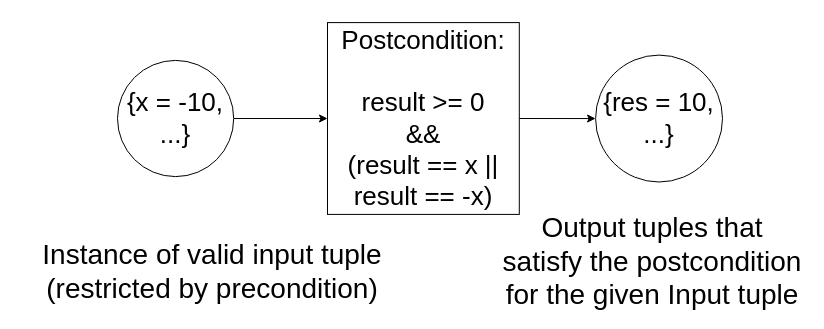
Before: figures/mappings/PostconditionMappingSP.drawio in caiovpsilveira/Postcondition-Completeness, a draw.io diagram. Source tidied: cells renumbered, new cells numbered last; positions are measured from the earlier drawing's top-left corner, leaving out a move shared by most shapes. Both pictures are drawn from the tidied source at 100%, with x=0, y=0 at pixel (17, 22).
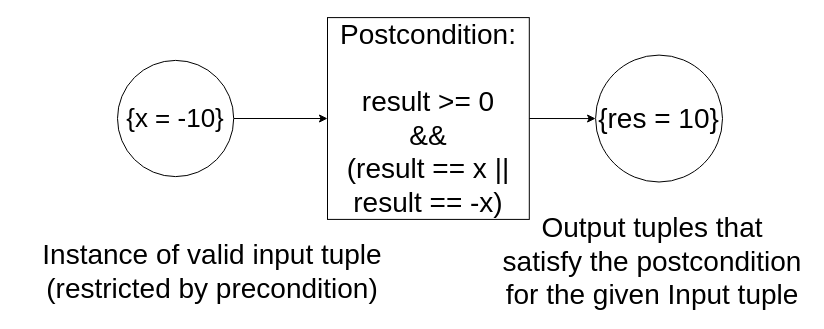
The same diagram, later.

Change to the diagram source:
```diff
@@
 <mxGraphModel>
   <root>
     <mxCell id="0" />
     <mxCell id="1" parent="0" />
-    <mxCell id="2" style="edgeStyle=orthogonalEdgeStyle;rounded=0;jettySize=auto;html=1;exitX=1;exitY=0.5;exitDx=0;exitDy=0;entryX=0;entryY=0.5;entryDx=0;entryDy=0;" parent="1" edge="1" source="3" target="4">
-      <mxGeometry relative="1" as="geometry" />
-    </mxCell>
-    <mxCell id="3" value="&lt;div&gt;&lt;font style=&quot;font-size: 26px;&quot;&gt;{x = -10,&lt;/font&gt;&lt;/div&gt;&lt;div&gt;&lt;font style=&quot;font-size: 26px;&quot;&gt;...}&lt;/font&gt;&lt;/div&gt;" style="ellipse;whiteSpace=wrap;html=1;" parent="1" vertex="1">
-      <mxGeometry x="100" y="37.9" width="116.2" height="116.2" as="geometry" />
-    </mxCell>
+    <mxCell id="9" style="edgeStyle=orthogonalEdgeStyle;rounded=0;jettySize=auto;html=1;exitX=1;exitY=0.5;exitDx=0;exitDy=0;entryX=0;entryY=0.5;entryDx=0;entryDy=0;" parent="1" edge="1" source="10" target="4">
+      <mxGeometry relative="1" as="geometry" />
+    </mxCell>
+    <mxCell id="10" value="&lt;div&gt;&lt;font style=&quot;font-size: 26px;&quot;&gt;{x = -10}&lt;/font&gt;&lt;/div&gt;" style="ellipse;whiteSpace=wrap;html=1;" parent="1" vertex="1">
+      <mxGeometry x="100" y="37.9" width="116.2" height="116.2" as="geometry" />
+    </mxCell>
-    <mxCell id="4" value="&lt;div&gt;&lt;font style=&quot;font-size: 26px;&quot;&gt;Postcondition:&lt;/font&gt;&lt;/div&gt;&lt;div&gt;&lt;font style=&quot;font-size: 26px;&quot;&gt;&lt;br&gt;&lt;/font&gt;&lt;/div&gt;&lt;div&gt;&lt;font style=&quot;font-size: 26px;&quot;&gt;result &amp;gt;= 0&lt;/font&gt;&lt;/div&gt;&lt;div&gt;&lt;font style=&quot;font-size: 26px;&quot;&gt;&amp;amp;&amp;amp;&lt;/font&gt;&lt;/div&gt;&lt;div&gt;&lt;font style=&quot;font-size: 26px;&quot;&gt;(result == x ||&lt;/font&gt;&lt;/div&gt;&lt;div&gt;&lt;font style=&quot;font-size: 26px;&quot;&gt;result == -x)&lt;/font&gt;&lt;/div&gt;" style="whiteSpace=wrap;html=1;" parent="1" vertex="1">
-      <mxGeometry x="310" y="0.1" width="191.8" height="191.8" as="geometry" />
+    <mxCell id="4" value="&lt;div&gt;&lt;font style=&quot;font-size: 28px;&quot;&gt;Postcondition:&lt;/font&gt;&lt;/div&gt;&lt;div&gt;&lt;font style=&quot;font-size: 28px;&quot;&gt;&lt;br&gt;&lt;/font&gt;&lt;/div&gt;&lt;div&gt;&lt;font style=&quot;font-size: 28px;&quot;&gt;result &amp;gt;= 0&lt;/font&gt;&lt;/div&gt;&lt;div&gt;&lt;font style=&quot;font-size: 28px;&quot;&gt;&amp;amp;&amp;amp;&lt;/font&gt;&lt;/div&gt;&lt;div&gt;&lt;font style=&quot;font-size: 28px;&quot;&gt;(result == x ||&lt;/font&gt;&lt;/div&gt;&lt;div&gt;&lt;font style=&quot;font-size: 28px;&quot;&gt;result == -x)&lt;/font&gt;&lt;/div&gt;" style="whiteSpace=wrap;html=1;" parent="1" vertex="1">
+      <mxGeometry x="310" y="-4.9" width="201.8" height="201.8" as="geometry" />
     </mxCell>
     <mxCell id="5" value="&lt;font style=&quot;font-size: 28px;&quot;&gt;Output tuples that satisfy the postcondition for the given Input tuple&lt;/font&gt;" style="text;html=1;whiteSpace=wrap;strokeColor=none;fillColor=none;align=center;verticalAlign=middle;rounded=0;" parent="1" vertex="1">
       <mxGeometry x="480" y="216" width="310" height="45" as="geometry" />
     </mxCell>
     <mxCell id="6" value="&lt;div&gt;&lt;font style=&quot;font-size: 28px;&quot;&gt;Instance of valid input tuple&lt;/font&gt;&lt;/div&gt;&lt;div&gt;&lt;font style=&quot;font-size: 28px;&quot;&gt;(restricted by precondition)&lt;/font&gt;&lt;/div&gt;" style="text;html=1;whiteSpace=wrap;strokeColor=none;fillColor=none;align=center;verticalAlign=middle;rounded=0;" parent="1" vertex="1">
       <mxGeometry y="226" width="390" height="45" as="geometry" />
     </mxCell>
-    <mxCell id="7" value="&lt;div&gt;&lt;font style=&quot;font-size: 26px;&quot;&gt;{res = 10,&lt;/font&gt;&lt;/div&gt;&lt;div&gt;&lt;font style=&quot;font-size: 26px;&quot;&gt;...}&lt;/font&gt;&lt;/div&gt;" style="ellipse;whiteSpace=wrap;html=1;" parent="1" vertex="1">
-      <mxGeometry x="578.1" y="32.6" width="126.9" height="126.9" as="geometry" />
-    </mxCell>
-    <mxCell id="8" style="endArrow=classic;html=1;rounded=0;entryX=0;entryY=0.5;entryDx=0;entryDy=0;exitX=1;exitY=0.5;exitDx=0;exitDy=0;" parent="1" edge="1" source="4" target="7">
-      <mxGeometry relative="1" as="geometry" />
-    </mxCell>
+    <mxCell id="11" value="&lt;div&gt;&lt;font style=&quot;font-size: 28px;&quot;&gt;{res = 10}&lt;/font&gt;&lt;/div&gt;" style="ellipse;whiteSpace=wrap;html=1;" parent="1" vertex="1">
+      <mxGeometry x="578.1" y="32.6" width="126.9" height="126.9" as="geometry" />
+    </mxCell>
+    <mxCell id="12" style="endArrow=classic;html=1;rounded=0;entryX=0;entryY=0.5;entryDx=0;entryDy=0;exitX=1;exitY=0.5;exitDx=0;exitDy=0;" parent="1" edge="1" source="4" target="11">
+      <mxGeometry relative="1" as="geometry" />
+    </mxCell>
   </root>
 </mxGraphModel>
```
